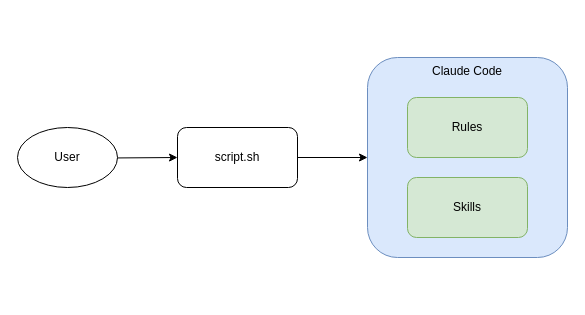
This is assets/diagrams/diagram.drawio from lezw-1/builder, a draw.io file, before an edit. Source tidied: cells renumbered, new cells numbered last; positions are measured from the earlier drawing's top-left corner, leaving out a move shared by most shapes. Both pictures are drawn from the tidied source at 100%, with x=0, y=0 at pixel (17, 57).
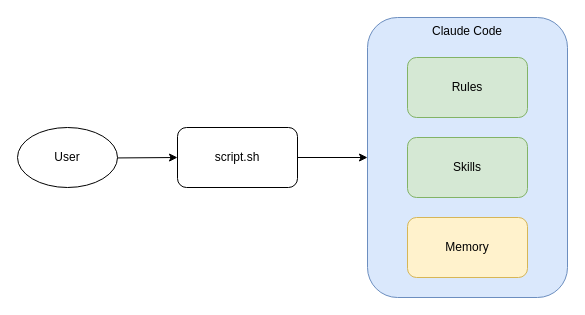
After the change.

Change to the diagram source:
```diff
@@
 <mxGraphModel>
   <root>
     <mxCell id="0" />
     <mxCell id="1" parent="0" />
     <mxCell id="2" value="User" style="ellipse;whiteSpace=wrap;html=1;" parent="1" vertex="1">
       <mxGeometry y="70" width="100" height="60" as="geometry" />
     </mxCell>
     <mxCell id="3" value="script.sh" style="rounded=1;whiteSpace=wrap;html=1;" parent="1" vertex="1">
       <mxGeometry x="160" y="70" width="120" height="60" as="geometry" />
     </mxCell>
     <mxCell id="4" value="Claude Code" style="rounded=1;whiteSpace=wrap;html=1;fillColor=#dae8fc;strokeColor=#6c8ebf;verticalAlign=top;" parent="1" vertex="1">
-      <mxGeometry x="350" width="200" height="200" as="geometry" />
+      <mxGeometry x="350" y="-40" width="200" height="280" as="geometry" />
     </mxCell>
     <mxCell id="5" value="Rules" style="rounded=1;whiteSpace=wrap;html=1;fillColor=#d5e8d4;strokeColor=#82b366;" parent="4" vertex="1">
       <mxGeometry x="40" y="40" width="120" height="60" as="geometry" />
     </mxCell>
     <mxCell id="6" value="Skills" style="rounded=1;whiteSpace=wrap;html=1;fillColor=#d5e8d4;strokeColor=#82b366;" parent="4" vertex="1">
       <mxGeometry x="40" y="120" width="120" height="60" as="geometry" />
     </mxCell>
+    <mxCell id="9" value="Memory" style="rounded=1;whiteSpace=wrap;html=1;fillColor=#fff2cc;strokeColor=#d6b656;" parent="4" vertex="1">
+      <mxGeometry x="40" y="200" width="120" height="60" as="geometry" />
+    </mxCell>
     <mxCell id="7" parent="1" edge="1" source="2" target="3">
       <mxGeometry relative="1" as="geometry" />
     </mxCell>
     <mxCell id="8" parent="1" edge="1" source="3" target="4">
       <mxGeometry relative="1" as="geometry" />
     </mxCell>
   </root>
 </mxGraphModel>
```
